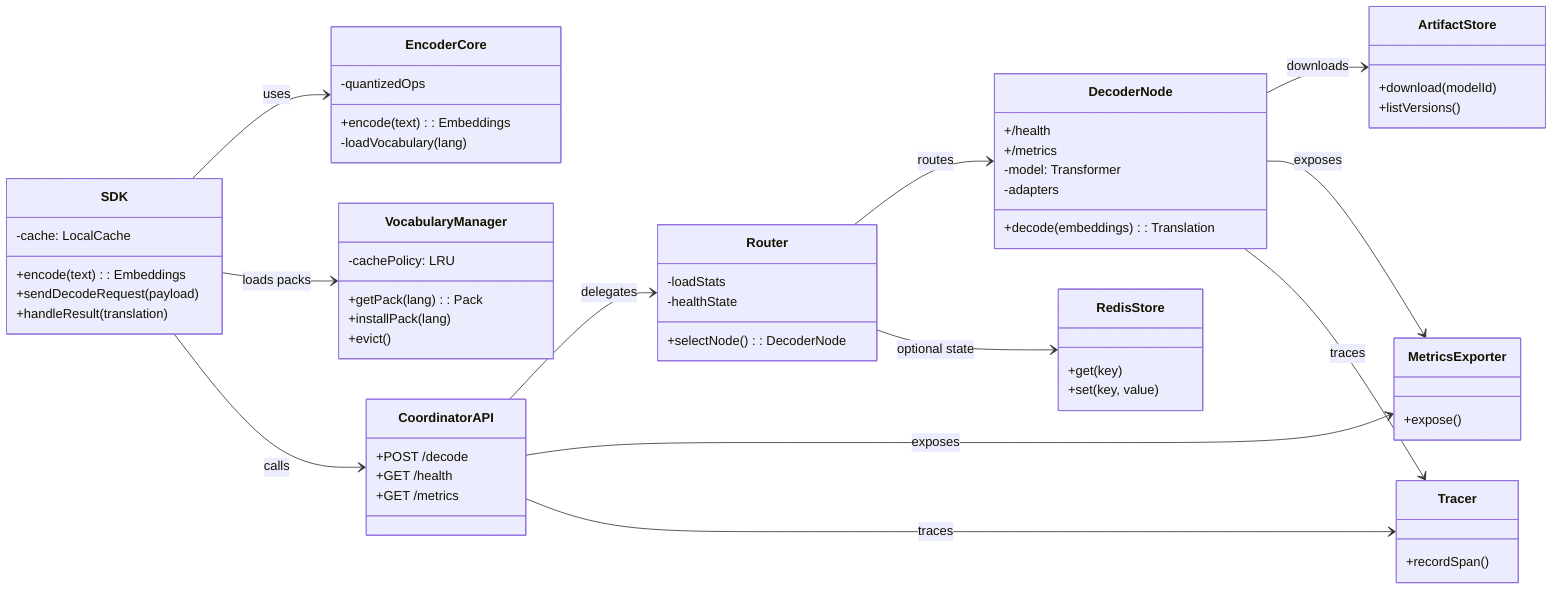
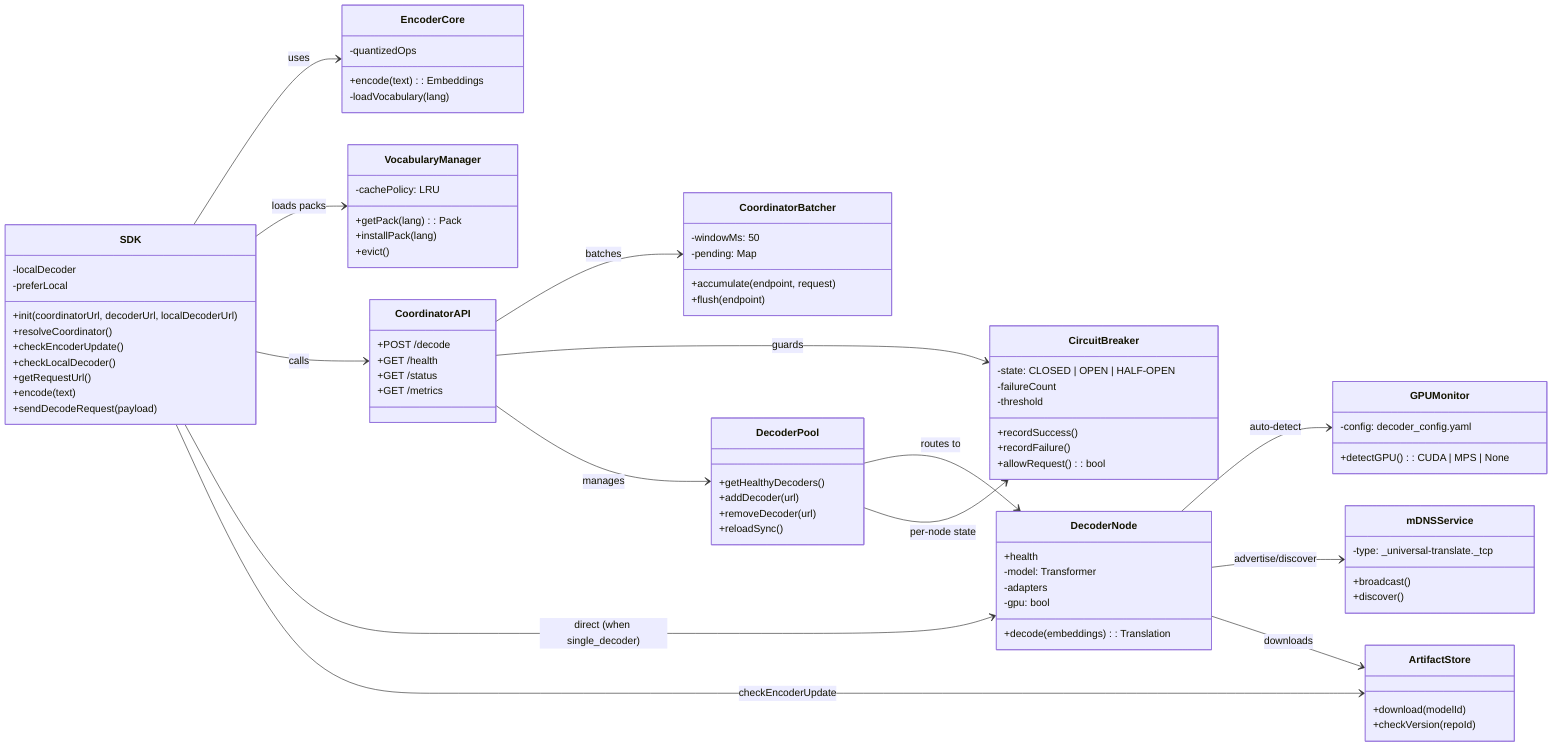
classDiagram
    direction LR

    class SDK {
-       +encode(text): Embeddings
+       +init(coordinatorUrl, decoderUrl, localDecoderUrl)
+       +resolveCoordinator()
+       +checkEncoderUpdate()
+       +checkLocalDecoder()
+       +getRequestUrl()
+       +encode(text)
      +sendDecodeRequest(payload)
-       +handleResult(translation)
-       -cache: LocalCache
+       -localDecoder
+       -preferLocal
    }

    class EncoderCore {
      +encode(text): Embeddings
      -loadVocabulary(lang)
      -quantizedOps
    }

    class VocabularyManager {
      +getPack(lang): Pack
      +installPack(lang)
      +evict()
      -cachePolicy: LRU
    }

    class CoordinatorAPI {
      +POST /decode
      +GET /health
+       +GET /status
      +GET /metrics
    }

-     class Router {
-       +selectNode(): DecoderNode
-       -loadStats
-       -healthState
+     class CoordinatorBatcher {
+       +accumulate(endpoint, request)
+       +flush(endpoint)
+       -windowMs: 50
+       -pending: Map
+     }
+ 
+     class CircuitBreaker {
+       -state: CLOSED | OPEN | HALF-OPEN
+       -failureCount
+       -threshold
+       +recordSuccess()
+       +recordFailure()
+       +allowRequest(): bool
+     }
+ 
+     class DecoderPool {
+       +getHealthyDecoders()
+       +addDecoder(url)
+       +removeDecoder(url)
+       +reloadSync()
    }

    class DecoderNode {
      +decode(embeddings): Translation
-       +/health
-       +/metrics
+       +health
      -model: Transformer
      -adapters
+       -gpu: bool
    }

-     class MetricsExporter {
-       +expose()
+     class GPUMonitor {
+       +detectGPU(): CUDA | MPS | None
+       -config: decoder_config.yaml
    }

-     class Tracer {
-       +recordSpan()
-     }
- 
-     class RedisStore {
-       +get(key)
-       +set(key, value)
+     class mDNSService {
+       +broadcast()
+       +discover()
+       -type: _universal-translate._tcp
    }

    class ArtifactStore {
      +download(modelId)
-       +listVersions()
+       +checkVersion(repoId)
    }

    SDK --> EncoderCore : uses
    SDK --> VocabularyManager : loads packs
    SDK --> CoordinatorAPI : calls
+     SDK --> DecoderNode : direct (when single_decoder)
+     SDK --> ArtifactStore : checkEncoderUpdate

-     CoordinatorAPI --> Router : delegates
-     Router --> DecoderNode : routes
+     CoordinatorAPI --> CoordinatorBatcher : batches
+     CoordinatorAPI --> CircuitBreaker : guards
+     CoordinatorAPI --> DecoderPool : manages

+     DecoderPool --> DecoderNode : routes to
+     DecoderPool --> CircuitBreaker : per-node state
+ 
+     DecoderNode --> GPUMonitor : auto-detect
+     DecoderNode --> mDNSService : advertise/discover
    DecoderNode --> ArtifactStore : downloads
-     CoordinatorAPI --> MetricsExporter : exposes
-     DecoderNode --> MetricsExporter : exposes
- 
-     CoordinatorAPI --> Tracer : traces
-     DecoderNode --> Tracer : traces
- 
-     Router --> RedisStore : optional state